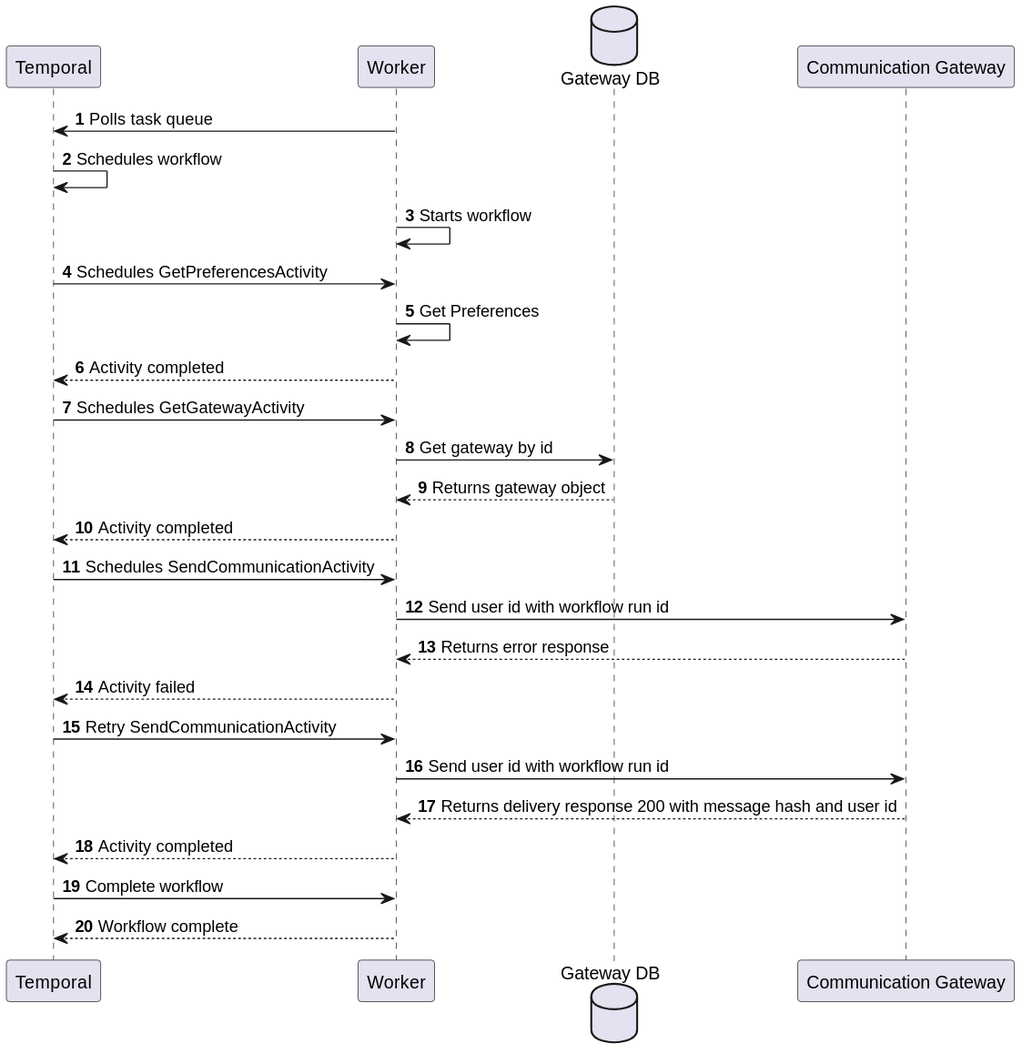
CameronWard301/communication_scheduler keeps this PlantUML diagram as Designs/Images/Sequence Diagrams/SendCommunicationHandleError.svg. Above is the earlier version.
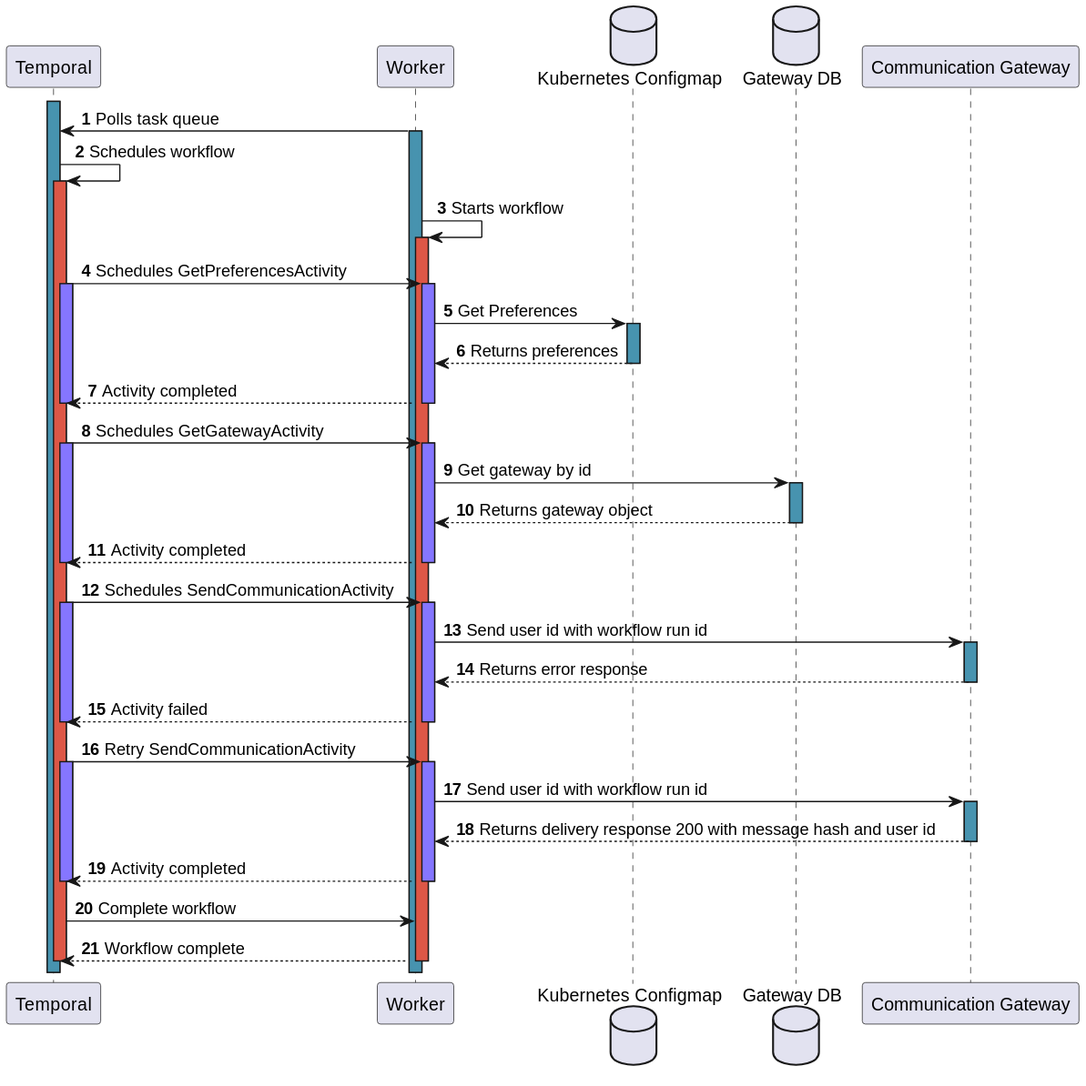
The same file after the commit.

Change to the diagram source:
```diff
@@ -1,30 +1,71 @@
 @startuml
 participant "Temporal" as temporal
 participant "Worker" as worker
+database "Kubernetes Configmap" as configmap
 database "Gateway DB" as gwdb
 
 participant "Communication Gateway" as cgw
 
 autonumber
+activate temporal #4793AF
+worker -> temporal: Polls task queue
+activate worker #4793AF
+temporal -> temporal: Schedules workflow
+activate temporal #DD5746
 
-worker -> temporal: Polls task queue
-temporal -> temporal: Schedules workflow
 worker -> worker: Starts workflow
+activate worker #DD5746
 temporal -> worker: Schedules GetPreferencesActivity
-worker -> worker: Get Preferences
+activate temporal #8576FF
+activate worker #8576FF
+
+worker -> configmap: Get Preferences
+activate configmap #4793AF
+configmap --> worker: Returns preferences
+deactivate configmap
+
 worker --> temporal: Activity completed
+deactivate worker
+deactivate temporal
+
 temporal -> worker: Schedules GetGatewayActivity
+activate temporal #8576FF
+activate worker #8576FF
 worker -> gwdb: Get gateway by id
+activate gwdb #4793AF
+
 gwdb --> worker: Returns gateway object
+deactivate gwdb
+
 worker --> temporal: Activity completed
+deactivate worker
+deactivate temporal
+
 temporal -> worker: Schedules SendCommunicationActivity
+activate temporal #8576FF
+activate worker #8576FF
 worker -> cgw: Send user id with workflow run id
+activate cgw #4793AF
 cgw --> worker: Returns error response
+deactivate cgw
+
 worker --> temporal: Activity failed
+deactivate temporal
+deactivate worker
+
 temporal -> worker: Retry SendCommunicationActivity
+activate temporal #8576FF
+activate worker #8576FF
 worker -> cgw: Send user id with workflow run id
+activate cgw #4793AF
 cgw --> worker: Returns delivery response 200 with message hash and user id
+deactivate cgw
+
 worker --> temporal: Activity completed
+deactivate worker
+deactivate temporal
 temporal -> worker: Complete workflow
 worker --> temporal: Workflow complete
+deactivate worker
+deactivate temporal
 @enduml
```
